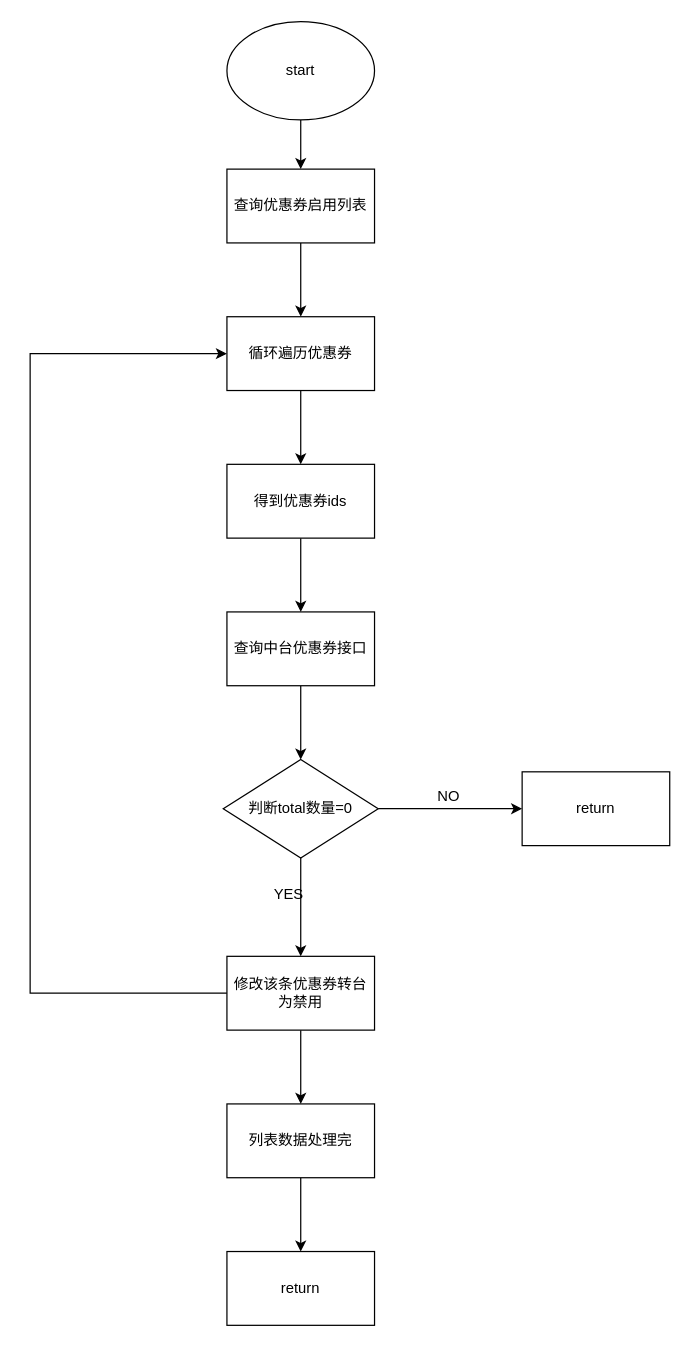
Before: couponcoutjob.drawio in FocusZhouGD/drawprogram, a draw.io diagram. Source tidied: cells renumbered, new cells numbered last; positions are measured from the earlier drawing's top-left corner, leaving out a move shared by most shapes. Both pictures are drawn from the tidied source at 123%, with x=0, y=0 at pixel (30, 21).
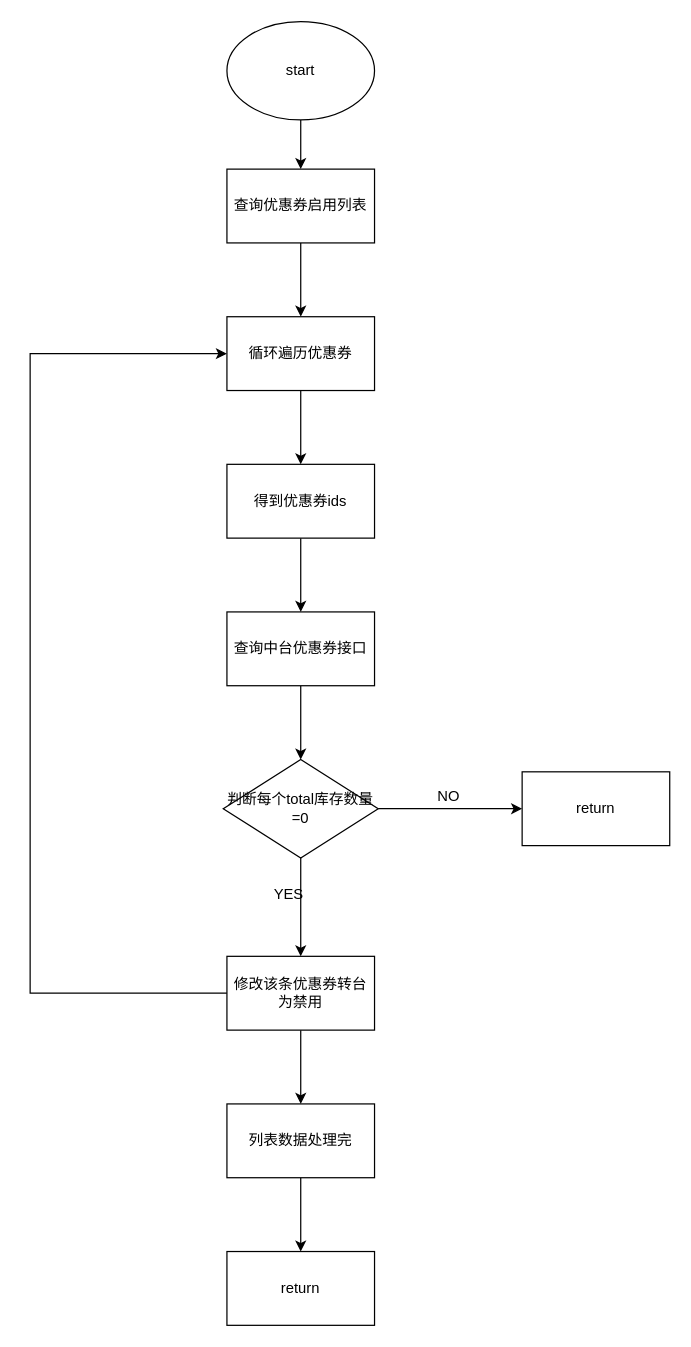
After the change.

Change to the diagram source:
```diff
@@
-    <mxCell id="14" value="判断total数量=0" style="rhombus;whiteSpace=wrap;html=1;" parent="1" vertex="1">
+    <mxCell id="14" value="判断每个total库存数量=0" style="rhombus;whiteSpace=wrap;html=1;" parent="1" vertex="1">
       <mxGeometry x="157" y="600" width="126" height="80" as="geometry" />
     </mxCell>
```
